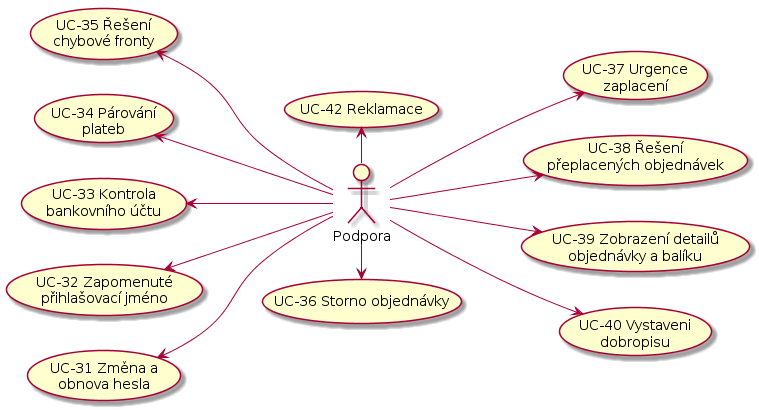
Internet-Handel/postman keeps this PlantUML diagram as docs/diagrams/out/ucs-support.png. Above is the earlier version.
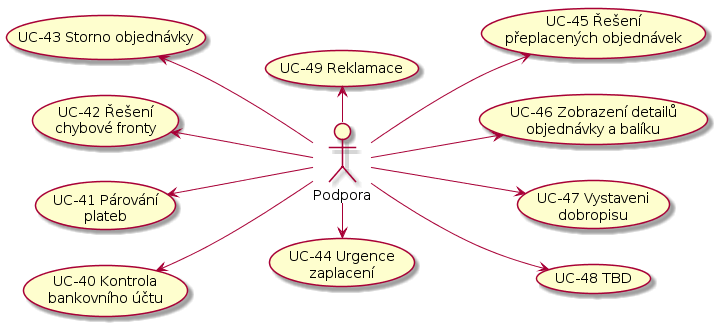
Later version of the same file.

What changed in the source:
```diff
@@ -1,28 +1,27 @@
 @startuml
 left to right direction
+
 actor :Podpora: as support
 
-(UC-31 Změna a\nobnova hesla) as (UC-31)
-(UC-32 Zapomenuté\npřihlašovací jméno) as (UC-32)
-(UC-33 Kontrola\nbankovního účtu) as (UC-33)
-(UC-34 Párování\nplateb) as (UC-34)
-(UC-35 Řešení\nchybové fronty) as (UC-35)
-(UC-36 Storno objednávky) as (UC-36)
-(UC-37 Urgence\nzaplacení) as (UC-37)
-(UC-38 Řešení\npřeplacených objednávek) as (UC-38)
-(UC-39 Zobrazení detailů\nobjednávky a balíku) as (UC-39)
-(UC-40 Vystaveni\ndobropisu) as (UC-40)
-(UC-42 Reklamace) as (UC-42)
+(UC-40 Kontrola\nbankovního účtu) as (UC-40)
+(UC-41 Párování\nplateb) as (UC-41)
+(UC-42 Řešení\nchybové fronty) as (UC-42)
+(UC-43 Storno objednávky) as (UC-43)
+(UC-44 Urgence\nzaplacení) as (UC-44)
+(UC-45 Řešení\npřeplacených objednávek) as (UC-45)
+(UC-46 Zobrazení detailů\nobjednávky a balíku) as (UC-46)
+(UC-47 Vystaveni\ndobropisu) as (UC-47)
+(UC-48 TBD) as (UC-48)
+(UC-49 Reklamace) as (UC-49)
 
-support -up-> (UC-31)
-support -up-> (UC-32)
-support -up-> (UC-33)
-support -up-> (UC-34)
-support -up-> (UC-35)
-support -right-> (UC-36)
-support -down-> (UC-37)
-support -down-> (UC-38)
-support -down-> (UC-39)
-support -down-> (UC-40)
-support -left-> (UC-42)
+support -up-> (UC-40)
+support -up-> (UC-41)
+support -up-> (UC-42)
+support -up-> (UC-43)
+support -right-> (UC-44)
+support -down-> (UC-45)
+support -down-> (UC-46)
+support -down-> (UC-47)
+support -down-> (UC-48)
+support -left-> (UC-49)
 @enduml
```
